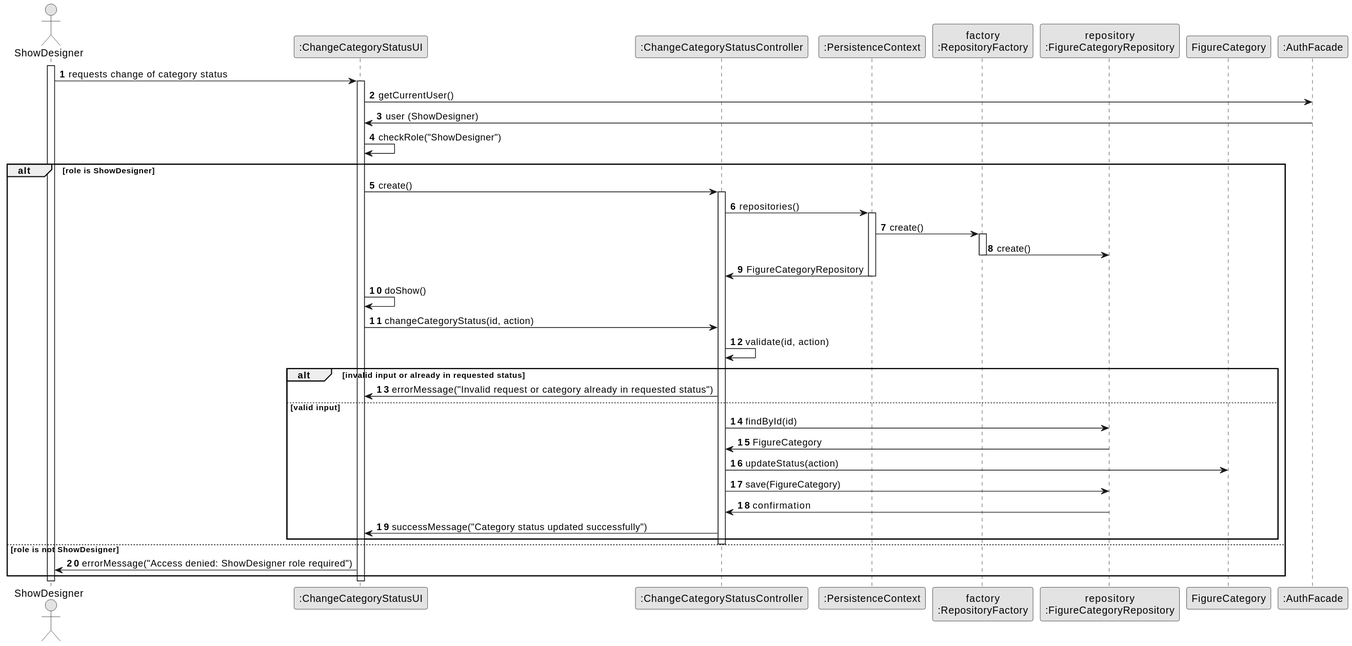
Earlier version of the PlantUML export docs/planning/sprint2/EAPLI/US248 - InactivateActivate figure category/03.design/svg/us248-sequence-diagram-full.svg (SAEmanuel/Shodrone_ISEP). Source of this version:
```plantuml
@startuml
skinparam monochrome true
skinparam packageStyle rectangle
skinparam shadowing false

autonumber

actor "ShowDesigner" as ACTOR
participant ":ChangeCategoryStatusUI" as UI
participant ":ChangeCategoryStatusController" as CTRL
participant ":PersistenceContext" as PC
participant "factory\n:RepositoryFactory" as FACTORY_INSTANCE
participant "repository\n:FigureCategoryRepository" as REPO
participant "FigureCategory" as FigureCategory
participant ":AuthFacade" as AuthFacade

activate ACTOR

ACTOR -> UI : requests change of category status

activate UI
UI -> AuthFacade: getCurrentUser()
AuthFacade -> UI: user (ShowDesigner)
UI -> UI: checkRole("ShowDesigner")
alt role is ShowDesigner
    UI -> CTRL : create()

    activate CTRL
    CTRL -> PC: repositories()
    activate PC
    PC -> FACTORY_INSTANCE: create()
    activate FACTORY_INSTANCE
    FACTORY_INSTANCE -> REPO: create()
    deactivate FACTORY_INSTANCE
    PC -> CTRL: FigureCategoryRepository
    deactivate PC

    UI -> UI: doShow()

    UI -> CTRL: changeCategoryStatus(id, action)
    CTRL -> CTRL: validate(id, action)
    alt invalid input or already in requested status
        CTRL -> UI: errorMessage("Invalid request or category already in requested status")
    else valid input
        CTRL -> REPO: findById(id)
        REPO -> CTRL: FigureCategory
        CTRL -> FigureCategory: updateStatus(action)
        CTRL -> REPO: save(FigureCategory)
        REPO -> CTRL: confirmation
        CTRL -> UI: successMessage("Category status updated successfully")
    end

    deactivate CTRL
else role is not ShowDesigner
    UI -> ACTOR: errorMessage("Access denied: ShowDesigner role required")
end

deactivate UI
deactivate ACTOR
@enduml
```
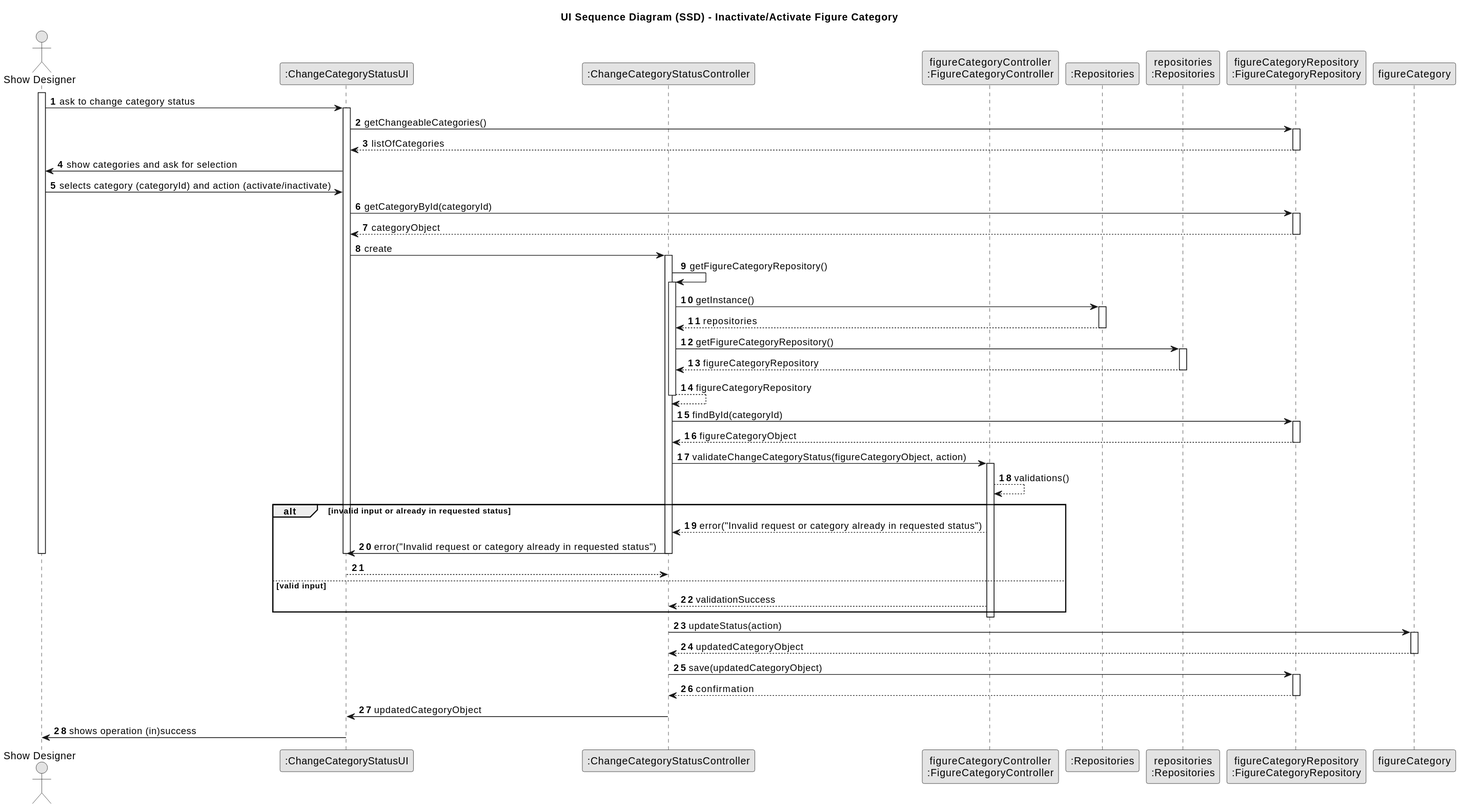
Above is the later version.

Commit message:
us248: add generated sequence diagram image for Inactivate/Activate Figure Category

Added the generated image (SVG) of the UI sequence diagram for US248 to the documentation assets.

Related to: #1/#26/#41

What changed in the source:
```diff
@@ -3,58 +3,92 @@
 skinparam packageStyle rectangle
 skinparam shadowing false
 
+title UI Sequence Diagram (SSD) - Inactivate/Activate Figure Category
+
 autonumber
 
-actor "ShowDesigner" as ACTOR
+actor "Show Designer" as showDesigner
 participant ":ChangeCategoryStatusUI" as UI
 participant ":ChangeCategoryStatusController" as CTRL
-participant ":PersistenceContext" as PC
-participant "factory\n:RepositoryFactory" as FACTORY_INSTANCE
-participant "repository\n:FigureCategoryRepository" as REPO
-participant "FigureCategory" as FigureCategory
-participant ":AuthFacade" as AuthFacade
+participant "figureCategoryController\n:FigureCategoryController" as catCtrl
+participant ":Repositories" as RepositorySingleton
+participant "repositories\n:Repositories" as PLAT
+participant "figureCategoryRepository\n:FigureCategoryRepository" as catRepo
 
-activate ACTOR
+activate showDesigner
 
-ACTOR -> UI : requests change of category status
+    showDesigner -> UI : ask to change category status
+    activate UI
 
-activate UI
-UI -> AuthFacade: getCurrentUser()
-AuthFacade -> UI: user (ShowDesigner)
-UI -> UI: checkRole("ShowDesigner")
-alt role is ShowDesigner
-    UI -> CTRL : create()
+    UI -> catRepo : getChangeableCategories()
+    activate catRepo
+        catRepo --> UI : listOfCategories
+    deactivate catRepo
 
+    UI -> showDesigner : show categories and ask for selection
+    showDesigner -> UI : selects category (categoryId) and action (activate/inactivate)
+
+    UI -> catRepo : getCategoryById(categoryId)
+    activate catRepo
+        catRepo --> UI : categoryObject
+    deactivate catRepo
+
+    UI -> CTRL : create
     activate CTRL
-    CTRL -> PC: repositories()
-    activate PC
-    PC -> FACTORY_INSTANCE: create()
-    activate FACTORY_INSTANCE
-    FACTORY_INSTANCE -> REPO: create()
-    deactivate FACTORY_INSTANCE
-    PC -> CTRL: FigureCategoryRepository
-    deactivate PC
 
-    UI -> UI: doShow()
+        CTRL -> CTRL : getFigureCategoryRepository()
+        activate CTRL
 
-    UI -> CTRL: changeCategoryStatus(id, action)
-    CTRL -> CTRL: validate(id, action)
-    alt invalid input or already in requested status
-        CTRL -> UI: errorMessage("Invalid request or category already in requested status")
-    else valid input
-        CTRL -> REPO: findById(id)
-        REPO -> CTRL: FigureCategory
-        CTRL -> FigureCategory: updateStatus(action)
-        CTRL -> REPO: save(FigureCategory)
-        REPO -> CTRL: confirmation
-        CTRL -> UI: successMessage("Category status updated successfully")
-    end
+            CTRL -> RepositorySingleton : getInstance()
+            activate RepositorySingleton
 
+                RepositorySingleton --> CTRL: repositories
+            deactivate RepositorySingleton
+
+            CTRL -> PLAT : getFigureCategoryRepository()
+            activate PLAT
+
+                PLAT --> CTRL: figureCategoryRepository
+            deactivate PLAT
+            CTRL --> CTRL : figureCategoryRepository
+
+        deactivate CTRL
+
+        CTRL -> catRepo : findById(categoryId)
+        activate catRepo
+            catRepo --> CTRL : figureCategoryObject
+        deactivate catRepo
+
+        CTRL -> catCtrl : validateChangeCategoryStatus(figureCategoryObject, action)
+        activate catCtrl
+            catCtrl --> catCtrl : validations()
+            alt invalid input or already in requested status
+                catCtrl --> CTRL : error("Invalid request or category already in requested status")
+                CTRL -> UI : error("Invalid request or category already in requested status")
+                deactivate CTRL
+                deactivate UI
+                deactivate showDesigner
+                return
+            else valid input
+                catCtrl --> CTRL : validationSuccess
+            end
+        deactivate catCtrl
+
+        CTRL -> figureCategory : updateStatus(action)
+        activate figureCategory
+            figureCategory --> CTRL : updatedCategoryObject
+        deactivate figureCategory
+
+        CTRL -> catRepo : save(updatedCategoryObject)
+        activate catRepo
+            catRepo --> CTRL : confirmation
+        deactivate catRepo
+
+        CTRL -> UI : updatedCategoryObject
     deactivate CTRL
-else role is not ShowDesigner
-    UI -> ACTOR: errorMessage("Access denied: ShowDesigner role required")
-end
+
+    UI -> showDesigner : shows operation (in)success
 
 deactivate UI
-deactivate ACTOR
+deactivate showDesigner
 @enduml
```
